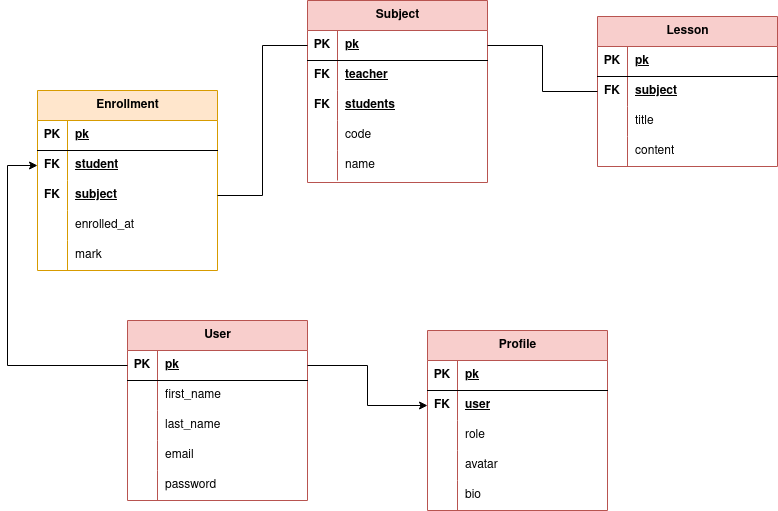
Chugani05-JesusLugo2002/LuminoDocs keeps this draw.io diagram as docs/diagrams/RM-model.drawio.png. Above is the earlier version. Source tidied: cells renumbered, new cells last; positions are measured from the earlier drawing's top-left corner, leaving out a move shared by most shapes. Source of this version:
```xml
<mxGraphModel>
  <root>
    <mxCell id="0" />
    <mxCell id="1" parent="0" />
    <mxCell id="2" value="Subject" style="shape=table;startSize=30;rowLines=0;fontStyle=1;align=center;html=1;fillColor=#f8cecc;strokeColor=#b85450;" parent="1" vertex="1">
      <mxGeometry x="300" width="180" height="182" as="geometry" />
    </mxCell>
    <mxCell id="3" style="shape=tableRow;horizontal=0;startSize=0;swimlaneHead=0;swimlaneBody=0;fillColor=none;points=[[0,0.5],[1,0.5]];portConstraint=eastwest;top=0;left=0;right=0;bottom=1;" parent="2" vertex="1">
      <mxGeometry y="30" width="180" height="30" as="geometry" />
    </mxCell>
    <mxCell id="4" value="PK" style="shape=partialRectangle;fillColor=none;top=0;left=0;bottom=0;right=0;fontStyle=1;overflow=hidden;whiteSpace=wrap;html=1;" parent="3" vertex="1">
      <mxGeometry width="30" height="30" as="geometry" />
    </mxCell>
    <mxCell id="5" value="pk" style="shape=partialRectangle;fillColor=none;top=0;left=0;bottom=0;right=0;align=left;spacingLeft=6;fontStyle=5;overflow=hidden;whiteSpace=wrap;html=1;" parent="3" vertex="1">
      <mxGeometry x="30" width="150" height="30" as="geometry" />
    </mxCell>
    <mxCell id="6" style="shape=tableRow;horizontal=0;startSize=0;swimlaneHead=0;swimlaneBody=0;fillColor=none;top=0;left=0;right=0;bottom=0;" parent="2" vertex="1">
      <mxGeometry y="60" width="180" height="30" as="geometry" />
    </mxCell>
    <mxCell id="7" value="&lt;b&gt;FK&lt;/b&gt;" style="shape=partialRectangle;fillColor=none;top=0;left=0;bottom=0;right=0;overflow=hidden;whiteSpace=wrap;html=1;" parent="6" vertex="1">
      <mxGeometry width="30" height="30" as="geometry" />
    </mxCell>
    <mxCell id="8" value="&lt;b&gt;&lt;u&gt;teacher&lt;/u&gt;&lt;/b&gt;" style="shape=partialRectangle;fillColor=none;top=0;left=0;bottom=0;right=0;align=left;spacingLeft=6;overflow=hidden;whiteSpace=wrap;html=1;" parent="6" vertex="1">
      <mxGeometry x="30" width="150" height="30" as="geometry" />
    </mxCell>
    <mxCell id="9" style="shape=tableRow;horizontal=0;startSize=0;swimlaneHead=0;swimlaneBody=0;fillColor=none;top=0;left=0;right=0;bottom=0;fontStyle=0;" parent="2" vertex="1">
      <mxGeometry y="90" width="180" height="30" as="geometry" />
    </mxCell>
    <mxCell id="10" value="&lt;b&gt;FK&lt;/b&gt;" style="shape=partialRectangle;fillColor=none;top=0;left=0;bottom=0;right=0;overflow=hidden;whiteSpace=wrap;html=1;" parent="9" vertex="1">
      <mxGeometry width="30" height="30" as="geometry" />
    </mxCell>
    <mxCell id="11" value="&lt;b&gt;&lt;u&gt;students&lt;/u&gt;&lt;/b&gt;" style="shape=partialRectangle;fillColor=none;top=0;left=0;bottom=0;right=0;align=left;spacingLeft=6;overflow=hidden;whiteSpace=wrap;html=1;" parent="9" vertex="1">
      <mxGeometry x="30" width="150" height="30" as="geometry" />
    </mxCell>
    <mxCell id="12" style="shape=tableRow;horizontal=0;startSize=0;swimlaneHead=0;swimlaneBody=0;fillColor=none;top=0;left=0;right=0;bottom=0;" parent="2" vertex="1">
      <mxGeometry y="120" width="180" height="30" as="geometry" />
    </mxCell>
    <mxCell id="13" style="shape=partialRectangle;fillColor=none;top=0;left=0;bottom=0;right=0;overflow=hidden;whiteSpace=wrap;html=1;" parent="12" vertex="1">
      <mxGeometry width="30" height="30" as="geometry" />
    </mxCell>
    <mxCell id="14" value="code" style="shape=partialRectangle;fillColor=none;top=0;left=0;bottom=0;right=0;align=left;spacingLeft=6;overflow=hidden;whiteSpace=wrap;html=1;" parent="12" vertex="1">
      <mxGeometry x="30" width="150" height="30" as="geometry" />
    </mxCell>
    <mxCell id="15" style="shape=tableRow;horizontal=0;startSize=0;swimlaneHead=0;swimlaneBody=0;fillColor=none;top=0;left=0;right=0;bottom=0;" parent="2" vertex="1">
      <mxGeometry y="150" width="180" height="30" as="geometry" />
    </mxCell>
    <mxCell id="16" style="shape=partialRectangle;fillColor=none;top=0;left=0;bottom=0;right=0;overflow=hidden;whiteSpace=wrap;html=1;" parent="15" vertex="1">
      <mxGeometry width="30" height="30" as="geometry" />
    </mxCell>
    <mxCell id="17" value="name" style="shape=partialRectangle;fillColor=none;top=0;left=0;bottom=0;right=0;align=left;spacingLeft=6;overflow=hidden;whiteSpace=wrap;html=1;" parent="15" vertex="1">
      <mxGeometry x="30" width="150" height="30" as="geometry" />
    </mxCell>
    <mxCell id="18" value="Enrollment" style="shape=table;startSize=30;rowLines=0;fontStyle=1;align=center;html=1;fillColor=#ffe6cc;strokeColor=#d79b00;" parent="1" vertex="1">
      <mxGeometry x="30" y="90" width="180" height="180" as="geometry" />
    </mxCell>
    <mxCell id="19" style="shape=tableRow;horizontal=0;startSize=0;swimlaneHead=0;swimlaneBody=0;fillColor=none;top=0;left=0;right=0;bottom=1;" parent="18" vertex="1">
      <mxGeometry y="30" width="180" height="30" as="geometry" />
    </mxCell>
    <mxCell id="20" value="PK" style="shape=partialRectangle;fillColor=none;top=0;left=0;bottom=0;right=0;fontStyle=1;overflow=hidden;whiteSpace=wrap;html=1;" parent="19" vertex="1">
      <mxGeometry width="30" height="30" as="geometry" />
    </mxCell>
    <mxCell id="21" value="pk" style="shape=partialRectangle;fillColor=none;top=0;left=0;bottom=0;right=0;align=left;spacingLeft=6;fontStyle=5;overflow=hidden;whiteSpace=wrap;html=1;" parent="19" vertex="1">
      <mxGeometry x="30" width="150" height="30" as="geometry" />
    </mxCell>
    <mxCell id="22" style="shape=tableRow;horizontal=0;startSize=0;swimlaneHead=0;swimlaneBody=0;fillColor=none;points=[[0,0.5],[1,0.5]];portConstraint=eastwest;top=0;left=0;right=0;bottom=0;" parent="18" vertex="1">
      <mxGeometry y="60" width="180" height="30" as="geometry" />
    </mxCell>
    <mxCell id="23" value="&lt;b&gt;FK&lt;/b&gt;" style="shape=partialRectangle;fillColor=none;top=0;left=0;bottom=0;right=0;overflow=hidden;whiteSpace=wrap;html=1;" parent="22" vertex="1">
      <mxGeometry width="30" height="30" as="geometry" />
    </mxCell>
    <mxCell id="24" value="&lt;b&gt;&lt;u&gt;student&lt;/u&gt;&lt;/b&gt;" style="shape=partialRectangle;fillColor=none;top=0;left=0;bottom=0;right=0;align=left;spacingLeft=6;overflow=hidden;whiteSpace=wrap;html=1;" parent="22" vertex="1">
      <mxGeometry x="30" width="150" height="30" as="geometry" />
    </mxCell>
    <mxCell id="25" style="shape=tableRow;horizontal=0;startSize=0;swimlaneHead=0;swimlaneBody=0;fillColor=none;points=[[0,0.5],[1,0.5]];portConstraint=eastwest;top=0;left=0;right=0;bottom=0;" parent="18" vertex="1">
      <mxGeometry y="90" width="180" height="30" as="geometry" />
    </mxCell>
    <mxCell id="26" value="&lt;b&gt;FK&lt;/b&gt;" style="shape=partialRectangle;fillColor=none;top=0;left=0;bottom=0;right=0;overflow=hidden;whiteSpace=wrap;html=1;" parent="25" vertex="1">
      <mxGeometry width="30" height="30" as="geometry" />
    </mxCell>
    <mxCell id="27" value="&lt;b&gt;&lt;u&gt;subject&lt;/u&gt;&lt;/b&gt;" style="shape=partialRectangle;fillColor=none;top=0;left=0;bottom=0;right=0;align=left;spacingLeft=6;overflow=hidden;whiteSpace=wrap;html=1;" parent="25" vertex="1">
      <mxGeometry x="30" width="150" height="30" as="geometry" />
    </mxCell>
    <mxCell id="28" style="shape=tableRow;horizontal=0;startSize=0;swimlaneHead=0;swimlaneBody=0;fillColor=none;top=0;left=0;right=0;bottom=0;" parent="18" vertex="1">
      <mxGeometry y="120" width="180" height="30" as="geometry" />
    </mxCell>
    <mxCell id="29" style="shape=partialRectangle;fillColor=none;top=0;left=0;bottom=0;right=0;overflow=hidden;whiteSpace=wrap;html=1;" parent="28" vertex="1">
      <mxGeometry width="30" height="30" as="geometry" />
    </mxCell>
    <mxCell id="30" value="enrolled_at" style="shape=partialRectangle;fillColor=none;top=0;left=0;bottom=0;right=0;align=left;spacingLeft=6;overflow=hidden;whiteSpace=wrap;html=1;" parent="28" vertex="1">
      <mxGeometry x="30" width="150" height="30" as="geometry" />
    </mxCell>
    <mxCell id="31" style="shape=tableRow;horizontal=0;startSize=0;swimlaneHead=0;swimlaneBody=0;fillColor=none;top=0;left=0;right=0;bottom=0;" parent="18" vertex="1">
      <mxGeometry y="150" width="180" height="30" as="geometry" />
    </mxCell>
    <mxCell id="32" style="shape=partialRectangle;fillColor=none;top=0;left=0;bottom=0;right=0;overflow=hidden;whiteSpace=wrap;html=1;" parent="31" vertex="1">
      <mxGeometry width="30" height="30" as="geometry" />
    </mxCell>
    <mxCell id="33" value="mark" style="shape=partialRectangle;fillColor=none;top=0;left=0;bottom=0;right=0;align=left;spacingLeft=6;overflow=hidden;whiteSpace=wrap;html=1;" parent="31" vertex="1">
      <mxGeometry x="30" width="150" height="30" as="geometry" />
    </mxCell>
    <mxCell id="34" value="Lesson" style="shape=table;startSize=30;rowLines=0;fontStyle=1;align=center;html=1;fillColor=#f8cecc;strokeColor=#b85450;" parent="1" vertex="1">
      <mxGeometry x="590" y="16" width="180" height="150" as="geometry" />
    </mxCell>
    <mxCell id="35" style="shape=tableRow;horizontal=0;startSize=0;swimlaneHead=0;swimlaneBody=0;fillColor=none;top=0;left=0;right=0;bottom=1;" parent="34" vertex="1">
      <mxGeometry y="30" width="180" height="30" as="geometry" />
    </mxCell>
    <mxCell id="36" value="PK" style="shape=partialRectangle;fillColor=none;top=0;left=0;bottom=0;right=0;fontStyle=1;overflow=hidden;whiteSpace=wrap;html=1;" parent="35" vertex="1">
      <mxGeometry width="30" height="30" as="geometry" />
    </mxCell>
    <mxCell id="37" value="pk" style="shape=partialRectangle;fillColor=none;top=0;left=0;bottom=0;right=0;align=left;spacingLeft=6;fontStyle=5;overflow=hidden;whiteSpace=wrap;html=1;" parent="35" vertex="1">
      <mxGeometry x="30" width="150" height="30" as="geometry" />
    </mxCell>
    <mxCell id="38" style="shape=tableRow;horizontal=0;startSize=0;swimlaneHead=0;swimlaneBody=0;fillColor=none;points=[[0,0.5],[1,0.5]];portConstraint=eastwest;top=0;left=0;right=0;bottom=0;" parent="34" vertex="1">
      <mxGeometry y="60" width="180" height="30" as="geometry" />
    </mxCell>
    <mxCell id="39" value="&lt;b&gt;FK&lt;/b&gt;" style="shape=partialRectangle;fillColor=none;top=0;left=0;bottom=0;right=0;overflow=hidden;whiteSpace=wrap;html=1;" parent="38" vertex="1">
      <mxGeometry width="30" height="30" as="geometry" />
    </mxCell>
    <mxCell id="40" value="&lt;b&gt;&lt;u&gt;subject&lt;/u&gt;&lt;/b&gt;" style="shape=partialRectangle;fillColor=none;top=0;left=0;bottom=0;right=0;align=left;spacingLeft=6;overflow=hidden;whiteSpace=wrap;html=1;" parent="38" vertex="1">
      <mxGeometry x="30" width="150" height="30" as="geometry" />
    </mxCell>
    <mxCell id="41" style="shape=tableRow;horizontal=0;startSize=0;swimlaneHead=0;swimlaneBody=0;fillColor=none;top=0;left=0;right=0;bottom=0;" parent="34" vertex="1">
      <mxGeometry y="90" width="180" height="30" as="geometry" />
    </mxCell>
    <mxCell id="42" style="shape=partialRectangle;fillColor=none;top=0;left=0;bottom=0;right=0;overflow=hidden;whiteSpace=wrap;html=1;" parent="41" vertex="1">
      <mxGeometry width="30" height="30" as="geometry" />
    </mxCell>
    <mxCell id="43" value="title" style="shape=partialRectangle;fillColor=none;top=0;left=0;bottom=0;right=0;align=left;spacingLeft=6;overflow=hidden;whiteSpace=wrap;html=1;" parent="41" vertex="1">
      <mxGeometry x="30" width="150" height="30" as="geometry" />
    </mxCell>
    <mxCell id="44" style="shape=tableRow;horizontal=0;startSize=0;swimlaneHead=0;swimlaneBody=0;fillColor=none;top=0;left=0;right=0;bottom=0;" parent="34" vertex="1">
      <mxGeometry y="120" width="180" height="30" as="geometry" />
    </mxCell>
    <mxCell id="45" style="shape=partialRectangle;fillColor=none;top=0;left=0;bottom=0;right=0;overflow=hidden;whiteSpace=wrap;html=1;" parent="44" vertex="1">
      <mxGeometry width="30" height="30" as="geometry" />
    </mxCell>
    <mxCell id="46" value="content" style="shape=partialRectangle;fillColor=none;top=0;left=0;bottom=0;right=0;align=left;spacingLeft=6;overflow=hidden;whiteSpace=wrap;html=1;" parent="44" vertex="1">
      <mxGeometry x="30" width="150" height="30" as="geometry" />
    </mxCell>
    <mxCell id="47" style="edgeStyle=orthogonalEdgeStyle;rounded=0;jettySize=auto;html=1;entryX=0;entryY=0.5;entryDx=0;entryDy=0;endArrow=none;startFill=0;" parent="1" edge="1" source="3" target="38">
      <mxGeometry relative="1" as="geometry" />
    </mxCell>
    <mxCell id="48" style="edgeStyle=orthogonalEdgeStyle;rounded=0;jettySize=auto;html=1;exitX=0;exitY=0.5;exitDx=0;exitDy=0;entryX=1;entryY=0.5;entryDx=0;entryDy=0;endArrow=none;startFill=0;" parent="1" edge="1" source="3" target="25">
      <mxGeometry relative="1" as="geometry" />
    </mxCell>
    <mxCell id="49" value="User" style="shape=table;startSize=30;rowLines=0;fontStyle=1;align=center;html=1;fillColor=#f8cecc;strokeColor=#b85450;" parent="1" vertex="1">
      <mxGeometry x="120" y="320" width="180" height="180" as="geometry" />
    </mxCell>
    <mxCell id="50" style="shape=tableRow;horizontal=0;startSize=0;swimlaneHead=0;swimlaneBody=0;fillColor=none;points=[[0,0.5],[1,0.5]];portConstraint=eastwest;top=0;left=0;right=0;bottom=1;" parent="49" vertex="1">
      <mxGeometry y="30" width="180" height="30" as="geometry" />
    </mxCell>
    <mxCell id="51" value="PK" style="shape=partialRectangle;fillColor=none;top=0;left=0;bottom=0;right=0;fontStyle=1;overflow=hidden;whiteSpace=wrap;html=1;" parent="50" vertex="1">
      <mxGeometry width="30" height="30" as="geometry" />
    </mxCell>
    <mxCell id="52" value="pk" style="shape=partialRectangle;fillColor=none;top=0;left=0;bottom=0;right=0;align=left;spacingLeft=6;fontStyle=5;overflow=hidden;whiteSpace=wrap;html=1;" parent="50" vertex="1">
      <mxGeometry x="30" width="150" height="30" as="geometry" />
    </mxCell>
    <mxCell id="53" style="shape=tableRow;horizontal=0;startSize=0;swimlaneHead=0;swimlaneBody=0;fillColor=none;top=0;left=0;right=0;bottom=0;" parent="49" vertex="1">
      <mxGeometry y="60" width="180" height="30" as="geometry" />
    </mxCell>
    <mxCell id="54" style="shape=partialRectangle;fillColor=none;top=0;left=0;bottom=0;right=0;overflow=hidden;whiteSpace=wrap;html=1;" parent="53" vertex="1">
      <mxGeometry width="30" height="30" as="geometry" />
    </mxCell>
    <mxCell id="55" value="first_name" style="shape=partialRectangle;fillColor=none;top=0;left=0;bottom=0;right=0;align=left;spacingLeft=6;overflow=hidden;whiteSpace=wrap;html=1;" parent="53" vertex="1">
      <mxGeometry x="30" width="150" height="30" as="geometry" />
    </mxCell>
    <mxCell id="56" style="shape=tableRow;horizontal=0;startSize=0;swimlaneHead=0;swimlaneBody=0;fillColor=none;top=0;left=0;right=0;bottom=0;" parent="49" vertex="1">
      <mxGeometry y="90" width="180" height="30" as="geometry" />
    </mxCell>
    <mxCell id="57" style="shape=partialRectangle;fillColor=none;top=0;left=0;bottom=0;right=0;overflow=hidden;whiteSpace=wrap;html=1;" parent="56" vertex="1">
      <mxGeometry width="30" height="30" as="geometry" />
    </mxCell>
    <mxCell id="58" value="last_name" style="shape=partialRectangle;fillColor=none;top=0;left=0;bottom=0;right=0;align=left;spacingLeft=6;overflow=hidden;whiteSpace=wrap;html=1;" parent="56" vertex="1">
      <mxGeometry x="30" width="150" height="30" as="geometry" />
    </mxCell>
    <mxCell id="59" style="shape=tableRow;horizontal=0;startSize=0;swimlaneHead=0;swimlaneBody=0;fillColor=none;top=0;left=0;right=0;bottom=0;" parent="49" vertex="1">
      <mxGeometry y="120" width="180" height="30" as="geometry" />
    </mxCell>
    <mxCell id="60" style="shape=partialRectangle;fillColor=none;top=0;left=0;bottom=0;right=0;overflow=hidden;whiteSpace=wrap;html=1;" parent="59" vertex="1">
      <mxGeometry width="30" height="30" as="geometry" />
    </mxCell>
    <mxCell id="61" value="email" style="shape=partialRectangle;fillColor=none;top=0;left=0;bottom=0;right=0;align=left;spacingLeft=6;overflow=hidden;whiteSpace=wrap;html=1;" parent="59" vertex="1">
      <mxGeometry x="30" width="150" height="30" as="geometry" />
    </mxCell>
    <mxCell id="62" style="shape=tableRow;horizontal=0;startSize=0;swimlaneHead=0;swimlaneBody=0;fillColor=none;top=0;left=0;right=0;bottom=0;" parent="49" vertex="1">
      <mxGeometry y="150" width="180" height="30" as="geometry" />
    </mxCell>
    <mxCell id="63" style="shape=partialRectangle;fillColor=none;top=0;left=0;bottom=0;right=0;overflow=hidden;whiteSpace=wrap;html=1;" parent="62" vertex="1">
      <mxGeometry width="30" height="30" as="geometry" />
    </mxCell>
    <mxCell id="64" value="password" style="shape=partialRectangle;fillColor=none;top=0;left=0;bottom=0;right=0;align=left;spacingLeft=6;overflow=hidden;whiteSpace=wrap;html=1;" parent="62" vertex="1">
      <mxGeometry x="30" width="150" height="30" as="geometry" />
    </mxCell>
    <mxCell id="65" value="Profile" style="shape=table;startSize=30;rowLines=0;fontStyle=1;align=center;html=1;fillColor=#f8cecc;strokeColor=#b85450;" parent="1" vertex="1">
      <mxGeometry x="420" y="330" width="180" height="180" as="geometry" />
    </mxCell>
    <mxCell id="66" style="shape=tableRow;horizontal=0;startSize=0;swimlaneHead=0;swimlaneBody=0;fillColor=none;top=0;left=0;right=0;bottom=1;" parent="65" vertex="1">
      <mxGeometry y="30" width="180" height="30" as="geometry" />
    </mxCell>
    <mxCell id="67" value="PK" style="shape=partialRectangle;fillColor=none;top=0;left=0;bottom=0;right=0;fontStyle=1;overflow=hidden;whiteSpace=wrap;html=1;" parent="66" vertex="1">
      <mxGeometry width="30" height="30" as="geometry" />
    </mxCell>
    <mxCell id="68" value="pk" style="shape=partialRectangle;fillColor=none;top=0;left=0;bottom=0;right=0;align=left;spacingLeft=6;fontStyle=5;overflow=hidden;whiteSpace=wrap;html=1;" parent="66" vertex="1">
      <mxGeometry x="30" width="150" height="30" as="geometry" />
    </mxCell>
    <mxCell id="69" style="shape=tableRow;horizontal=0;startSize=0;swimlaneHead=0;swimlaneBody=0;fillColor=none;points=[[0,0.5],[1,0.5]];portConstraint=eastwest;top=0;left=0;right=0;bottom=0;" parent="65" vertex="1">
      <mxGeometry y="60" width="180" height="30" as="geometry" />
    </mxCell>
    <mxCell id="70" value="&lt;b&gt;FK&lt;/b&gt;" style="shape=partialRectangle;fillColor=none;top=0;left=0;bottom=0;right=0;overflow=hidden;whiteSpace=wrap;html=1;" parent="69" vertex="1">
      <mxGeometry width="30" height="30" as="geometry" />
    </mxCell>
    <mxCell id="71" value="&lt;b&gt;&lt;u&gt;user&lt;/u&gt;&lt;/b&gt;" style="shape=partialRectangle;fillColor=none;top=0;left=0;bottom=0;right=0;align=left;spacingLeft=6;overflow=hidden;whiteSpace=wrap;html=1;" parent="69" vertex="1">
      <mxGeometry x="30" width="150" height="30" as="geometry" />
    </mxCell>
    <mxCell id="72" style="shape=tableRow;horizontal=0;startSize=0;swimlaneHead=0;swimlaneBody=0;fillColor=none;top=0;left=0;right=0;bottom=0;" parent="65" vertex="1">
      <mxGeometry y="90" width="180" height="30" as="geometry" />
    </mxCell>
    <mxCell id="73" style="shape=partialRectangle;fillColor=none;top=0;left=0;bottom=0;right=0;overflow=hidden;whiteSpace=wrap;html=1;" parent="72" vertex="1">
      <mxGeometry width="30" height="30" as="geometry" />
    </mxCell>
    <mxCell id="74" value="role" style="shape=partialRectangle;fillColor=none;top=0;left=0;bottom=0;right=0;align=left;spacingLeft=6;overflow=hidden;whiteSpace=wrap;html=1;" parent="72" vertex="1">
      <mxGeometry x="30" width="150" height="30" as="geometry" />
    </mxCell>
    <mxCell id="75" style="shape=tableRow;horizontal=0;startSize=0;swimlaneHead=0;swimlaneBody=0;fillColor=none;top=0;left=0;right=0;bottom=0;" parent="65" vertex="1">
      <mxGeometry y="120" width="180" height="30" as="geometry" />
    </mxCell>
    <mxCell id="76" style="shape=partialRectangle;fillColor=none;top=0;left=0;bottom=0;right=0;overflow=hidden;whiteSpace=wrap;html=1;" parent="75" vertex="1">
      <mxGeometry width="30" height="30" as="geometry" />
    </mxCell>
    <mxCell id="77" value="avatar" style="shape=partialRectangle;fillColor=none;top=0;left=0;bottom=0;right=0;align=left;spacingLeft=6;overflow=hidden;whiteSpace=wrap;html=1;" parent="75" vertex="1">
      <mxGeometry x="30" width="150" height="30" as="geometry" />
    </mxCell>
    <mxCell id="78" style="shape=tableRow;horizontal=0;startSize=0;swimlaneHead=0;swimlaneBody=0;fillColor=none;top=0;left=0;right=0;bottom=0;" parent="65" vertex="1">
      <mxGeometry y="150" width="180" height="30" as="geometry" />
    </mxCell>
    <mxCell id="79" style="shape=partialRectangle;fillColor=none;top=0;left=0;bottom=0;right=0;overflow=hidden;whiteSpace=wrap;html=1;" parent="78" vertex="1">
      <mxGeometry width="30" height="30" as="geometry" />
    </mxCell>
    <mxCell id="80" value="bio" style="shape=partialRectangle;fillColor=none;top=0;left=0;bottom=0;right=0;align=left;spacingLeft=6;overflow=hidden;whiteSpace=wrap;html=1;" parent="78" vertex="1">
      <mxGeometry x="30" width="150" height="30" as="geometry" />
    </mxCell>
    <mxCell id="81" style="edgeStyle=orthogonalEdgeStyle;rounded=0;jettySize=auto;html=1;entryX=0;entryY=0.5;entryDx=0;entryDy=0;" parent="1" edge="1" source="50" target="69">
      <mxGeometry relative="1" as="geometry" />
    </mxCell>
    <mxCell id="82" style="edgeStyle=orthogonalEdgeStyle;rounded=0;jettySize=auto;html=1;exitX=0;exitY=0.5;exitDx=0;exitDy=0;entryX=0;entryY=0.5;entryDx=0;entryDy=0;" parent="1" edge="1" source="50" target="22">
      <mxGeometry relative="1" as="geometry">
        <Array as="points">
          <mxPoint y="365" />
          <mxPoint y="165" />
        </Array>
      </mxGeometry>
    </mxCell>
  </root>
</mxGraphModel>
```
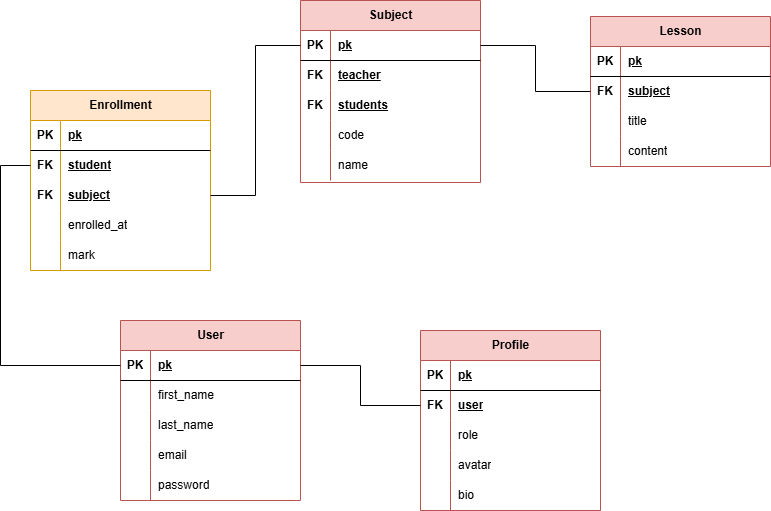
Later version of the same file.

Diff of the diagram source:
```diff
@@ -239,10 +239,10 @@
     <mxCell id="80" value="bio" style="shape=partialRectangle;fillColor=none;top=0;left=0;bottom=0;right=0;align=left;spacingLeft=6;overflow=hidden;whiteSpace=wrap;html=1;" parent="78" vertex="1">
       <mxGeometry x="30" width="150" height="30" as="geometry" />
     </mxCell>
-    <mxCell id="81" style="edgeStyle=orthogonalEdgeStyle;rounded=0;jettySize=auto;html=1;entryX=0;entryY=0.5;entryDx=0;entryDy=0;" parent="1" edge="1" source="50" target="69">
+    <mxCell id="81" style="edgeStyle=orthogonalEdgeStyle;rounded=0;jettySize=auto;html=1;entryX=0;entryY=0.5;entryDx=0;entryDy=0;endArrow=none;startFill=0;" parent="1" edge="1" source="50" target="69">
       <mxGeometry relative="1" as="geometry" />
     </mxCell>
-    <mxCell id="82" style="edgeStyle=orthogonalEdgeStyle;rounded=0;jettySize=auto;html=1;exitX=0;exitY=0.5;exitDx=0;exitDy=0;entryX=0;entryY=0.5;entryDx=0;entryDy=0;" parent="1" edge="1" source="50" target="22">
+    <mxCell id="82" style="edgeStyle=orthogonalEdgeStyle;rounded=0;jettySize=auto;html=1;exitX=0;exitY=0.5;exitDx=0;exitDy=0;entryX=0;entryY=0.5;entryDx=0;entryDy=0;endArrow=none;startFill=0;" parent="1" edge="1" source="50" target="22">
       <mxGeometry relative="1" as="geometry">
         <Array as="points">
           <mxPoint y="365" />
```
